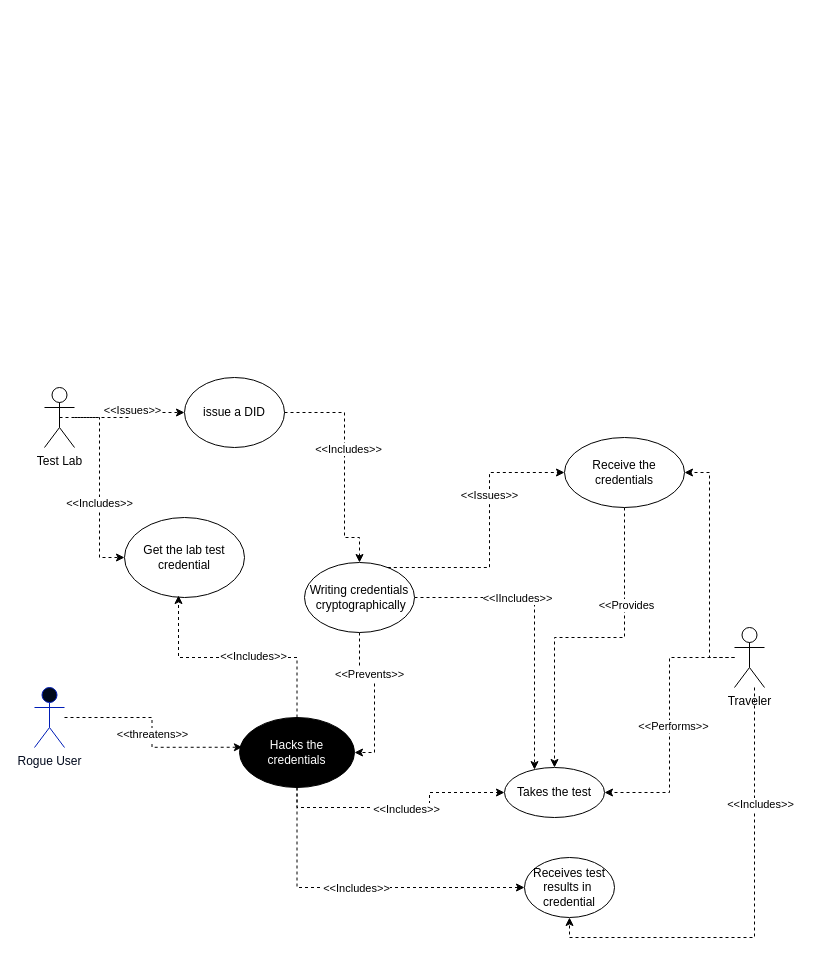
Earlier version of the draw.io diagram Untitled Diagram.drawio (danielmulangu/Equation). Source tidied: cells renumbered, new cells numbered last; positions are measured from the earlier drawing's top-left corner, leaving out a move shared by most shapes. Both pictures are drawn from the tidied source at 100%, with x=0, y=0 at pixel (34, 377).
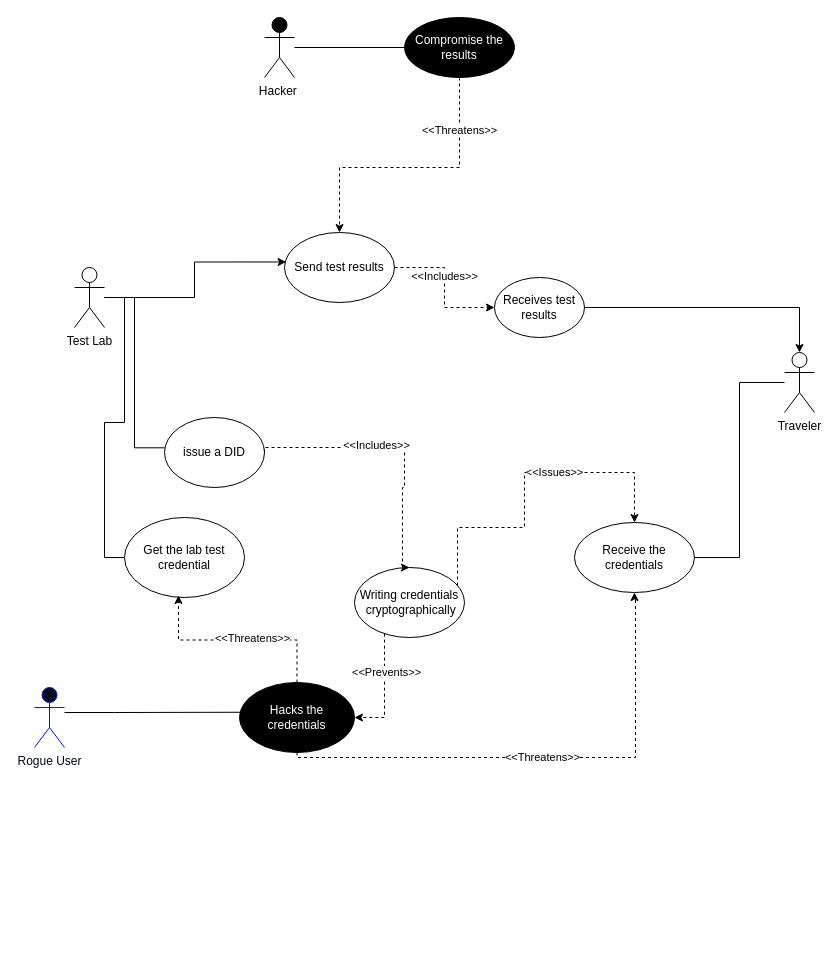
The same diagram, later.

Unchanged cells that the change refers to:
```xml
<mxCell id="21" value="Get the lab test credential" style="ellipse;whiteSpace=wrap;html=1;" parent="1" vertex="1">
  <mxGeometry x="90" y="140" width="120" height="80" as="geometry" />
</mxCell>
<mxCell id="24" value="&lt;font color=&quot;#00091c&quot;&gt;Rogue User&lt;/font&gt;" style="shape=umlActor;verticalLabelPosition=bottom;verticalAlign=top;html=1;outlineConnect=0;fillColor=#00091C;fontColor=#ffffff;strokeColor=#001db7;" parent="1" vertex="1">
  <mxGeometry y="310" width="30" height="60" as="geometry" />
</mxCell>
<mxCell id="33" style="edgeStyle=orthogonalEdgeStyle;rounded=0;jettySize=auto;html=1;entryX=0.45;entryY=0.975;entryDx=0;entryDy=0;entryPerimeter=0;dashed=1;" parent="1" edge="1" source="32" target="21">
  <mxGeometry relative="1" as="geometry" />
</mxCell>
```

Diff of the diagram source:
```diff
@@
-    <mxCell id="2" style="edgeStyle=orthogonalEdgeStyle;rounded=0;jettySize=auto;html=1;exitX=0.5;exitY=0.5;exitDx=0;exitDy=0;exitPerimeter=0;dashed=1;" parent="1" edge="1" source="6" target="7">
-      <mxGeometry relative="1" as="geometry" />
-    </mxCell>
-    <mxCell id="3" value="&amp;lt;&amp;lt;Issues&amp;gt;&amp;gt;" style="edgeLabel;html=1;align=center;verticalAlign=middle;" parent="2" vertex="1">
-      <mxGeometry x="0.18" y="3" relative="1" as="geometry" />
-    </mxCell>
-    <mxCell id="4" style="edgeStyle=orthogonalEdgeStyle;rounded=0;jettySize=auto;html=1;entryX=0;entryY=0.5;entryDx=0;entryDy=0;dashed=1;" parent="1" edge="1" source="6" target="21">
+    <mxCell id="4" style="edgeStyle=orthogonalEdgeStyle;rounded=0;jettySize=auto;html=1;entryX=0;entryY=0.5;entryDx=0;entryDy=0;endArrow=none;endFill=0;" parent="1" edge="1" source="6" target="21">
       <mxGeometry relative="1" as="geometry" />
     </mxCell>
-    <mxCell id="5" value="&amp;lt;&amp;lt;Includes&amp;gt;&amp;gt;" style="edgeLabel;html=1;align=center;verticalAlign=middle;" parent="4" vertex="1">
-      <mxGeometry x="0.16" y="-1" relative="1" as="geometry" />
-    </mxCell>
     <mxCell id="6" value="Test Lab" style="shape=umlActor;verticalLabelPosition=bottom;verticalAlign=top;html=1;outlineConnect=0;" parent="1" vertex="1">
-      <mxGeometry x="10" y="10" width="30" height="60" as="geometry" />
+      <mxGeometry x="40" y="-110" width="30" height="60" as="geometry" />
     </mxCell>
     <mxCell id="7" value="issue a DID" style="ellipse;whiteSpace=wrap;html=1;" parent="1" vertex="1">
-      <mxGeometry x="150" width="100" height="70" as="geometry" />
+      <mxGeometry x="130" y="40" width="100" height="70" as="geometry" />
     </mxCell>
-    <mxCell id="8" style="edgeStyle=orthogonalEdgeStyle;rounded=0;jettySize=auto;html=1;entryX=1;entryY=0.5;entryDx=0;entryDy=0;dashed=1;" parent="1" edge="1" source="13" target="22">
-      <mxGeometry relative="1" as="geometry" />
-    </mxCell>
-    <mxCell id="9" value="&amp;lt;&amp;lt;Performs&amp;gt;&amp;gt;" style="edgeLabel;html=1;align=center;verticalAlign=middle;" parent="8" vertex="1">
-      <mxGeometry y="3" relative="1" as="geometry" />
-    </mxCell>
-    <mxCell id="10" style="edgeStyle=orthogonalEdgeStyle;rounded=0;jettySize=auto;html=1;entryX=0.5;entryY=1;entryDx=0;entryDy=0;dashed=1;" parent="1" edge="1" source="13" target="23">
-      <mxGeometry relative="1" as="geometry">
-        <Array as="points">
-          <mxPoint x="720" y="560" />
-          <mxPoint x="535" y="560" />
-        </Array>
-      </mxGeometry>
-    </mxCell>
-    <mxCell id="11" value="&amp;lt;&amp;lt;Includes&amp;gt;&amp;gt;" style="edgeLabel;html=1;align=center;verticalAlign=middle;" parent="10" vertex="1">
-      <mxGeometry x="-0.49" y="5" relative="1" as="geometry" />
-    </mxCell>
-    <mxCell id="12" style="edgeStyle=orthogonalEdgeStyle;rounded=0;jettySize=auto;html=1;entryX=1;entryY=0.5;entryDx=0;entryDy=0;dashed=1;" parent="1" edge="1" source="13" target="37">
+    <mxCell id="12" style="edgeStyle=orthogonalEdgeStyle;rounded=0;jettySize=auto;html=1;entryX=1;entryY=0.5;entryDx=0;entryDy=0;endArrow=none;endFill=0;" parent="1" edge="1" source="13" target="37">
       <mxGeometry relative="1" as="geometry" />
     </mxCell>
     <mxCell id="13" value="Traveler" style="shape=umlActor;verticalLabelPosition=bottom;verticalAlign=top;html=1;outlineConnect=0;" parent="1" vertex="1">
-      <mxGeometry x="700" y="250" width="30" height="60" as="geometry" />
+      <mxGeometry x="750" y="-25" width="30" height="60" as="geometry" />
     </mxCell>
     <mxCell id="14" style="edgeStyle=orthogonalEdgeStyle;rounded=0;jettySize=auto;html=1;entryX=1;entryY=0.5;entryDx=0;entryDy=0;dashed=1;" parent="1" edge="1" source="20" target="32">
-      <mxGeometry relative="1" as="geometry" />
+      <mxGeometry relative="1" as="geometry">
+        <Array as="points">
+          <mxPoint x="350" y="340" />
+        </Array>
+      </mxGeometry>
     </mxCell>
@@
-    <mxCell id="16" style="edgeStyle=orthogonalEdgeStyle;rounded=0;jettySize=auto;html=1;dashed=1;" parent="1" edge="1" source="20" target="22">
-      <mxGeometry relative="1" as="geometry">
-        <Array as="points">
-          <mxPoint x="500" y="220" />
-        </Array>
-      </mxGeometry>
-    </mxCell>
-    <mxCell id="17" value="&amp;lt;&amp;lt;IIncludes&amp;gt;&amp;gt;" style="edgeLabel;html=1;align=center;verticalAlign=middle;" parent="16" vertex="1">
-      <mxGeometry x="-0.3" relative="1" as="geometry" />
-    </mxCell>
-    <mxCell id="18" style="edgeStyle=orthogonalEdgeStyle;rounded=0;jettySize=auto;html=1;entryX=0;entryY=0.5;entryDx=0;entryDy=0;dashed=1;" parent="1" edge="1" source="20" target="37">
+    <mxCell id="18" style="edgeStyle=orthogonalEdgeStyle;rounded=0;jettySize=auto;html=1;dashed=1;exitX=1;exitY=0.5;exitDx=0;exitDy=0;entryX=0.5;entryY=0;entryDx=0;entryDy=0;" parent="1" edge="1" source="20" target="37">
       <mxGeometry relative="1" as="geometry">
         <Array as="points">
-          <mxPoint x="455" y="190" />
-          <mxPoint x="455" y="95" />
+          <mxPoint x="423" y="150" />
+          <mxPoint x="490" y="150" />
+          <mxPoint x="490" y="95" />
+          <mxPoint x="600" y="95" />
         </Array>
       </mxGeometry>
     </mxCell>
@@
     <mxCell id="20" value="Writing credentials &amp;nbsp;cryptographically" style="ellipse;whiteSpace=wrap;html=1;" parent="1" vertex="1">
-      <mxGeometry x="270" y="185" width="110" height="70" as="geometry" />
+      <mxGeometry x="320" y="190" width="110" height="70" as="geometry" />
     </mxCell>
@@
-    <mxCell id="22" value="Takes the test" style="ellipse;whiteSpace=wrap;html=1;" parent="1" vertex="1">
-      <mxGeometry x="470" y="390" width="100" height="50" as="geometry" />
-    </mxCell>
-    <mxCell id="23" value="Receives test results in&amp;nbsp;&lt;br&gt;credential" style="ellipse;whiteSpace=wrap;html=1;" parent="1" vertex="1">
-      <mxGeometry x="490" y="480" width="90" height="60" as="geometry" />
+    <mxCell id="23" value="Receives test results" style="ellipse;whiteSpace=wrap;html=1;" parent="1" vertex="1">
+      <mxGeometry x="460" y="-100" width="90" height="60" as="geometry" />
     </mxCell>
@@
-    <mxCell id="25" value="&amp;lt;&amp;lt;threatens&amp;gt;&amp;gt;" style="edgeStyle=orthogonalEdgeStyle;rounded=0;jettySize=auto;html=1;dashed=1;entryX=0.025;entryY=0.425;entryDx=0;entryDy=0;entryPerimeter=0;" parent="1" edge="1" source="24" target="32">
-      <mxGeometry relative="1" as="geometry" />
+    <mxCell id="25" style="edgeStyle=orthogonalEdgeStyle;rounded=0;jettySize=auto;html=1;entryX=0.025;entryY=0.425;entryDx=0;entryDy=0;entryPerimeter=0;endArrow=none;endFill=0;" parent="1" edge="1" source="24" target="32">
+      <mxGeometry relative="1" as="geometry">
+        <Array as="points">
+          <mxPoint x="80" y="335" />
+          <mxPoint x="80" y="335" />
+        </Array>
+      </mxGeometry>
     </mxCell>
-    <mxCell id="26" style="edgeStyle=orthogonalEdgeStyle;rounded=0;jettySize=auto;html=1;entryX=0.5;entryY=0;entryDx=0;entryDy=0;dashed=1;" parent="1" edge="1" source="7" target="20">
+    <mxCell id="26" style="edgeStyle=orthogonalEdgeStyle;rounded=0;jettySize=auto;html=1;entryX=0.5;entryY=0;entryDx=0;entryDy=0;dashed=1;exitX=1;exitY=0.5;exitDx=0;exitDy=0;" parent="1" edge="1" source="7" target="20">
       <mxGeometry relative="1" as="geometry">
         <Array as="points">
-          <mxPoint x="310" y="35" />
-          <mxPoint x="310" y="160" />
-          <mxPoint x="325" y="160" />
+          <mxPoint x="230" y="70" />
+          <mxPoint x="370" y="70" />
+          <mxPoint x="370" y="110" />
+          <mxPoint x="368" y="110" />
+          <mxPoint x="368" y="190" />
         </Array>
       </mxGeometry>
     </mxCell>
@@
-    <mxCell id="28" style="edgeStyle=orthogonalEdgeStyle;rounded=0;jettySize=auto;html=1;entryX=0;entryY=0.5;entryDx=0;entryDy=0;dashed=1;exitX=0.5;exitY=1;exitDx=0;exitDy=0;" parent="1" edge="1" source="32" target="23">
-      <mxGeometry relative="1" as="geometry" />
-    </mxCell>
-    <mxCell id="29" value="&amp;lt;&amp;lt;Includes&amp;gt;&amp;gt;" style="edgeLabel;html=1;align=center;verticalAlign=middle;" parent="28" vertex="1">
-      <mxGeometry x="-0.03" relative="1" as="geometry" />
-    </mxCell>
-    <mxCell id="30" style="edgeStyle=orthogonalEdgeStyle;rounded=0;jettySize=auto;html=1;entryX=0;entryY=0.5;entryDx=0;entryDy=0;dashed=1;exitX=0.5;exitY=1;exitDx=0;exitDy=0;" parent="1" edge="1" source="32" target="22">
-      <mxGeometry relative="1" as="geometry" />
-    </mxCell>
-    <mxCell id="31" value="&amp;lt;&amp;lt;Includes&amp;gt;&amp;gt;" style="edgeLabel;html=1;align=center;verticalAlign=middle;" parent="30" vertex="1">
-      <mxGeometry x="0.06" y="-1" relative="1" as="geometry" />
-    </mxCell>
+    <mxCell id="38" style="edgeStyle=orthogonalEdgeStyle;rounded=0;jettySize=auto;html=1;entryX=0.5;entryY=1;entryDx=0;entryDy=0;dashed=1;" parent="1" edge="1" source="32" target="37">
+      <mxGeometry relative="1" as="geometry">
+        <Array as="points">
+          <mxPoint x="263" y="380" />
+          <mxPoint x="601" y="380" />
+          <mxPoint x="601" y="220" />
+          <mxPoint x="600" y="220" />
+        </Array>
+      </mxGeometry>
+    </mxCell>
+    <mxCell id="39" value="&amp;lt;&amp;lt;Threatens&amp;gt;&amp;gt;" style="edgeLabel;html=1;align=center;verticalAlign=middle;" parent="38" vertex="1">
+      <mxGeometry x="-0.02" y="1" relative="1" as="geometry" />
+    </mxCell>
     <mxCell id="32" value="&lt;font color=&quot;#ffffff&quot;&gt;Hacks the credentials&lt;/font&gt;" style="ellipse;whiteSpace=wrap;html=1;fillColor=#000000;" parent="1" vertex="1">
-      <mxGeometry x="205" y="340" width="115" height="70" as="geometry" />
+      <mxGeometry x="205" y="305" width="115" height="70" as="geometry" />
     </mxCell>
@@
-    <mxCell id="34" value="&amp;lt;&amp;lt;Includes&amp;gt;&amp;gt;" style="edgeLabel;html=1;align=center;verticalAlign=middle;" parent="33" vertex="1">
+    <mxCell id="34" value="&amp;lt;&amp;lt;Threatens&amp;gt;&amp;gt;" style="edgeLabel;html=1;align=center;verticalAlign=middle;" parent="33" vertex="1">
       <mxGeometry x="-0.13" y="-2" relative="1" as="geometry">
         <mxPoint x="1" as="offset" />
       </mxGeometry>
     </mxCell>
-    <mxCell id="35" style="edgeStyle=orthogonalEdgeStyle;rounded=0;jettySize=auto;html=1;dashed=1;" parent="1" edge="1" source="37" target="22">
-      <mxGeometry relative="1" as="geometry" />
-    </mxCell>
-    <mxCell id="36" value="&amp;lt;&amp;lt;Provides" style="edgeLabel;html=1;align=center;verticalAlign=middle;" parent="35" vertex="1">
-      <mxGeometry x="-0.41" y="1" relative="1" as="geometry" />
-    </mxCell>
     <mxCell id="37" value="Receive the credentials" style="ellipse;whiteSpace=wrap;html=1;" parent="1" vertex="1">
-      <mxGeometry x="530" y="60" width="120" height="70" as="geometry" />
+      <mxGeometry x="540" y="145" width="120" height="70" as="geometry" />
     </mxCell>
+    <mxCell id="2" style="edgeStyle=orthogonalEdgeStyle;rounded=0;jettySize=auto;html=1;entryX=0;entryY=0.433;entryDx=0;entryDy=0;entryPerimeter=0;endArrow=none;endFill=0;" parent="1" edge="1" source="6" target="7">
+      <mxGeometry relative="1" as="geometry" />
+    </mxCell>
+    <mxCell id="40" style="edgeStyle=orthogonalEdgeStyle;rounded=0;jettySize=auto;html=1;exitX=1;exitY=0.5;exitDx=0;exitDy=0;dashed=1;" parent="1" edge="1" source="42" target="23">
+      <mxGeometry relative="1" as="geometry" />
+    </mxCell>
+    <mxCell id="41" value="&amp;lt;&amp;lt;Includes&amp;gt;&amp;gt;" style="edgeLabel;html=1;align=center;verticalAlign=middle;" parent="40" vertex="1">
+      <mxGeometry x="-0.17" y="-1" relative="1" as="geometry" />
+    </mxCell>
+    <mxCell id="42" value="Send test results" style="ellipse;whiteSpace=wrap;html=1;" parent="1" vertex="1">
+      <mxGeometry x="250" y="-145" width="110" height="70" as="geometry" />
+    </mxCell>
+    <mxCell id="43" style="edgeStyle=orthogonalEdgeStyle;rounded=0;jettySize=auto;html=1;entryX=0.015;entryY=0.421;entryDx=0;entryDy=0;entryPerimeter=0;" parent="1" edge="1" source="6" target="42">
+      <mxGeometry relative="1" as="geometry" />
+    </mxCell>
+    <mxCell id="44" style="edgeStyle=orthogonalEdgeStyle;rounded=0;jettySize=auto;html=1;entryX=0;entryY=0.5;entryDx=0;entryDy=0;endArrow=none;endFill=0;" parent="1" edge="1" source="45" target="48">
+      <mxGeometry relative="1" as="geometry" />
+    </mxCell>
+    <mxCell id="45" value="Hacker&amp;nbsp;" style="shape=umlActor;verticalLabelPosition=bottom;verticalAlign=top;html=1;outlineConnect=0;fillColor=#000000;" parent="1" vertex="1">
+      <mxGeometry x="230" y="-360" width="30" height="60" as="geometry" />
+    </mxCell>
+    <mxCell id="46" style="edgeStyle=orthogonalEdgeStyle;rounded=0;jettySize=auto;html=1;exitX=0.5;exitY=1;exitDx=0;exitDy=0;entryX=0.5;entryY=0;entryDx=0;entryDy=0;dashed=1;" parent="1" edge="1" source="48" target="42">
+      <mxGeometry relative="1" as="geometry">
+        <Array as="points">
+          <mxPoint x="425" y="-210" />
+          <mxPoint x="305" y="-210" />
+        </Array>
+      </mxGeometry>
+    </mxCell>
+    <mxCell id="47" value="&amp;lt;&amp;lt;Threatens&amp;gt;&amp;gt;" style="edgeLabel;html=1;align=center;verticalAlign=middle;" parent="46" vertex="1">
+      <mxGeometry x="-0.62" y="-1" relative="1" as="geometry" />
+    </mxCell>
+    <mxCell id="48" value="&lt;font color=&quot;#ffffff&quot;&gt;Compromise the results&lt;/font&gt;" style="ellipse;whiteSpace=wrap;html=1;fillColor=#000000;" parent="1" vertex="1">
+      <mxGeometry x="370" y="-360" width="110" height="60" as="geometry" />
+    </mxCell>
+    <mxCell id="49" style="edgeStyle=orthogonalEdgeStyle;rounded=0;jettySize=auto;html=1;entryX=0.5;entryY=0;entryDx=0;entryDy=0;entryPerimeter=0;" parent="1" edge="1" source="23" target="13">
+      <mxGeometry relative="1" as="geometry" />
+    </mxCell>
```
